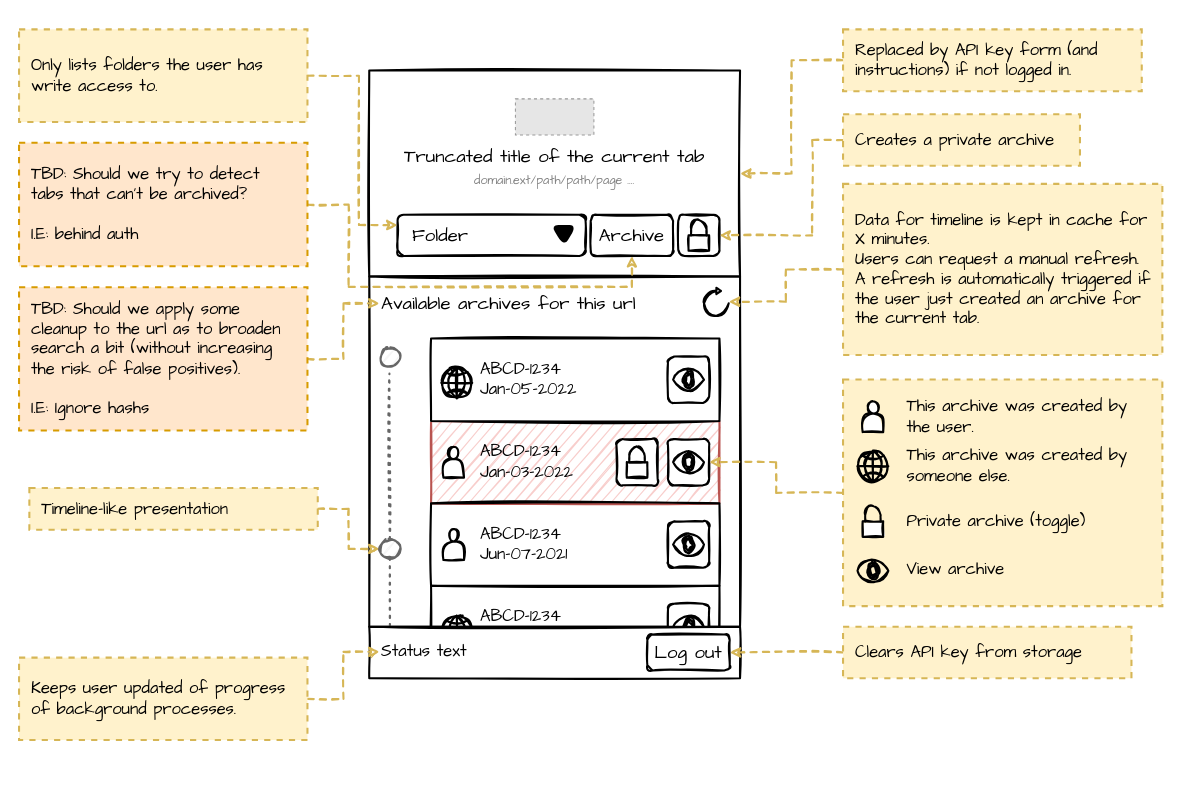
The draw.io diagram misc/ux-wireframes.drawio in harvard-lil/perma-extension, before the edit. Source tidied: cells renumbered, new cells numbered last; positions are measured from the earlier drawing's top-left corner, leaving out a move shared by most shapes. Both pictures are drawn from the tidied source at 103%, with x=0, y=0 at pixel (19, 29). Pictures stored in the file or linked from it are replaced by grey dashed boxes.
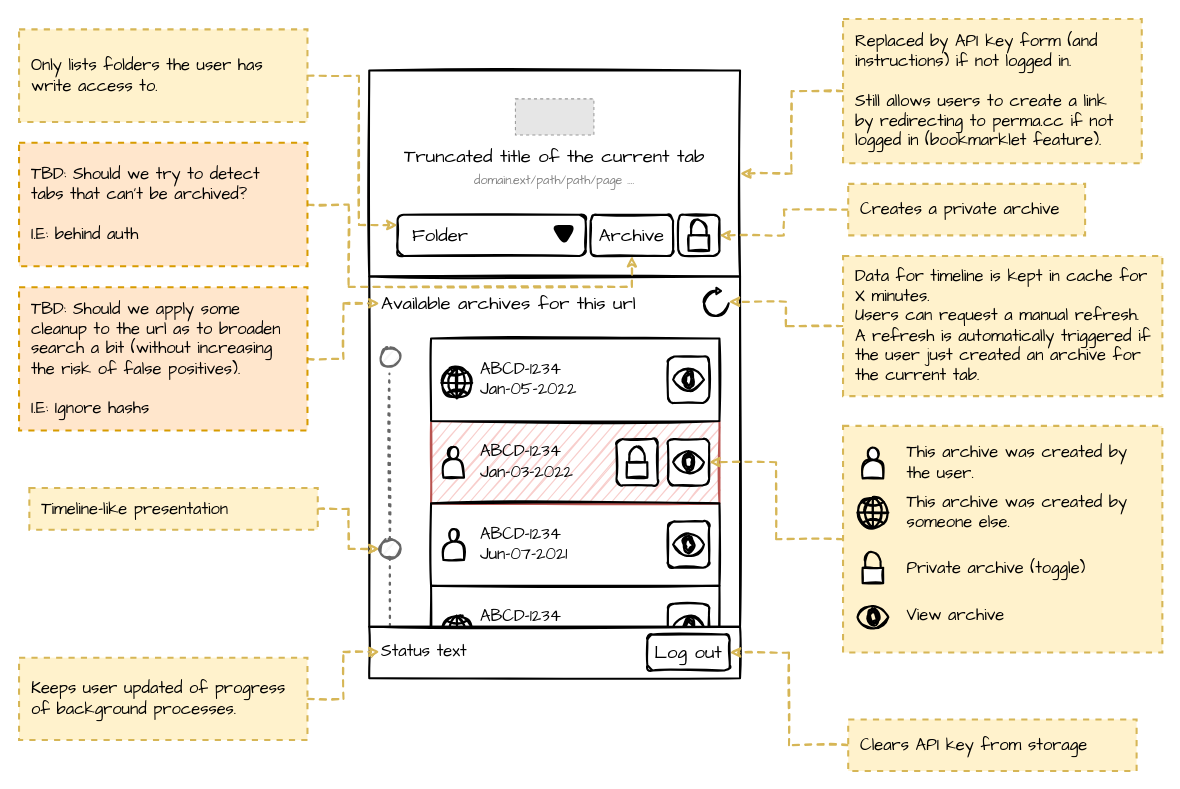
The same diagram, later.

Commit message:
Progress: UX Wireframes

The change refers to these unchanged cells:
```xml
<mxCell id="36" style="rounded=1;whiteSpace=wrap;html=1;sketch=1;strokeWidth=2;fontFamily=Comic Sans MS;fontSize=18;" parent="1" vertex="1">
  <mxGeometry x="640" y="180" width="40" height="40" as="geometry" />
</mxCell>
```

The edit, as a diff of the source:
```diff
@@
-    <mxCell id="41" value="Replaced by API key form (and instructions) if not logged in." style="rounded=0;whiteSpace=wrap;html=1;fontFamily=Comic Sans MS;fontSize=16;align=left;comic=0;strokeWidth=2;fillColor=#fff2cc;strokeColor=#d6b656;dashed=1;shadow=0;sketch=0;spacing=12;verticalAlign=middle;" parent="39" vertex="1">
-      <mxGeometry x="800" width="290" height="60" as="geometry" />
+    <mxCell id="41" value="Replaced by API key form (and instructions) if not logged in.&lt;br&gt;&lt;br&gt;Still allows users to create a link by redirecting to perma.cc if not logged in (bookmarklet feature)." style="rounded=0;whiteSpace=wrap;html=1;fontFamily=Comic Sans MS;fontSize=16;align=left;comic=0;strokeWidth=2;fillColor=#fff2cc;strokeColor=#d6b656;dashed=1;shadow=0;sketch=0;spacing=12;verticalAlign=middle;" parent="39" vertex="1">
+      <mxGeometry x="800" y="-10" width="290" height="140" as="geometry" />
     </mxCell>
@@
     <mxCell id="43" style="rounded=0;whiteSpace=wrap;html=1;fontFamily=Comic Sans MS;fontSize=16;align=left;comic=0;strokeWidth=2;fillColor=#fff2cc;strokeColor=#d6b656;dashed=1;shadow=0;sketch=0;spacing=12;verticalAlign=middle;" parent="39" vertex="1">
-      <mxGeometry x="800" y="340" width="310" height="220" as="geometry" />
+      <mxGeometry x="800" y="385" width="310" height="220" as="geometry" />
     </mxCell>
     <mxCell id="44" style="shape=actor;whiteSpace=wrap;html=1;sketch=1;fontFamily=Comic Sans MS;fontSize=16;strokeWidth=2;" parent="39" vertex="1">
-      <mxGeometry x="819" y="361" width="20" height="30" as="geometry" />
+      <mxGeometry x="819" y="406" width="20" height="30" as="geometry" />
     </mxCell>
     <mxCell id="45" value="This archive was created by the user." style="text;html=1;strokeColor=none;fillColor=none;align=left;verticalAlign=middle;whiteSpace=wrap;rounded=0;shadow=0;sketch=0;fontFamily=Comic Sans MS;fontSize=16;" parent="39" vertex="1">
-      <mxGeometry x="860" y="361" width="220" height="30" as="geometry" />
+      <mxGeometry x="860" y="406" width="220" height="30" as="geometry" />
     </mxCell>
     <mxCell id="46" style="html=1;verticalLabelPosition=bottom;align=center;labelBackgroundColor=#ffffff;verticalAlign=top;strokeWidth=2;strokeColor=#000000;shadow=0;dashed=0;shape=mxgraph.ios7.icons.globe;sketch=1;fontFamily=Comic Sans MS;fontSize=16;fillColor=none;" parent="39" vertex="1">
-      <mxGeometry x="814" y="409.2" width="30" height="30" as="geometry" />
+      <mxGeometry x="814" y="454.2" width="30" height="30" as="geometry" />
     </mxCell>
     <mxCell id="47" value="This archive was created by someone else." style="text;html=1;strokeColor=none;fillColor=none;align=left;verticalAlign=middle;whiteSpace=wrap;rounded=0;shadow=0;sketch=0;fontFamily=Comic Sans MS;fontSize=16;" parent="39" vertex="1">
-      <mxGeometry x="860" y="409.2" width="220" height="30" as="geometry" />
+      <mxGeometry x="860" y="454.2" width="220" height="30" as="geometry" />
     </mxCell>
     <mxCell id="48" style="html=1;verticalLabelPosition=bottom;align=center;labelBackgroundColor=#ffffff;verticalAlign=top;strokeWidth=2;shadow=0;dashed=0;shape=mxgraph.ios7.icons.locked;sketch=1;fontFamily=Comic Sans MS;fontSize=16;" parent="39" vertex="1">
-      <mxGeometry x="819" y="462.7" width="20" height="30" as="geometry" />
+      <mxGeometry x="819" y="507.7" width="20" height="30" as="geometry" />
     </mxCell>
     <mxCell id="49" value="Private archive (toggle)" style="text;html=1;strokeColor=none;fillColor=none;align=left;verticalAlign=middle;whiteSpace=wrap;rounded=0;shadow=0;sketch=0;fontFamily=Comic Sans MS;fontSize=16;" parent="39" vertex="1">
-      <mxGeometry x="860" y="462.7" width="220" height="30" as="geometry" />
+      <mxGeometry x="860" y="507.7" width="220" height="30" as="geometry" />
     </mxCell>
     <mxCell id="50" style="html=1;verticalLabelPosition=bottom;align=center;labelBackgroundColor=#ffffff;verticalAlign=top;strokeWidth=2;strokeColor=#000000;shadow=0;dashed=0;shape=mxgraph.ios7.icons.eye;sketch=1;fontFamily=Comic Sans MS;fontSize=16;fillColor=none;" parent="39" vertex="1">
-      <mxGeometry x="814" y="514.9" width="30" height="21.6" as="geometry" />
+      <mxGeometry x="814" y="559.9" width="30" height="21.6" as="geometry" />
     </mxCell>
     <mxCell id="51" value="View archive" style="text;html=1;strokeColor=none;fillColor=none;align=left;verticalAlign=middle;whiteSpace=wrap;rounded=0;shadow=0;sketch=0;fontFamily=Comic Sans MS;fontSize=16;" parent="39" vertex="1">
-      <mxGeometry x="860" y="509.4" width="220" height="30" as="geometry" />
+      <mxGeometry x="860" y="554.4" width="220" height="30" as="geometry" />
     </mxCell>
@@
     <mxCell id="55" value="Clears API key from storage" style="rounded=0;whiteSpace=wrap;html=1;fontFamily=Comic Sans MS;fontSize=16;align=left;comic=0;strokeWidth=2;fillColor=#fff2cc;strokeColor=#d6b656;dashed=1;shadow=0;sketch=0;spacing=12;verticalAlign=middle;" parent="39" vertex="1">
-      <mxGeometry x="800" y="580" width="280" height="50" as="geometry" />
+      <mxGeometry x="805" y="670" width="280" height="50" as="geometry" />
     </mxCell>
@@
     <mxCell id="62" style="edgeStyle=orthogonalEdgeStyle;rounded=0;sketch=1;jettySize=auto;html=1;exitX=0;exitY=0.5;exitDx=0;exitDy=0;entryX=1;entryY=0.5;entryDx=0;entryDy=0;dashed=1;strokeWidth=2;fillColor=#fff2cc;strokeColor=#d6b656;" parent="39" edge="1" source="63" target="36">
-      <mxGeometry relative="1" as="geometry">
-        <Array as="points">
-          <mxPoint x="770" y="107" />
-          <mxPoint x="770" y="200" />
-        </Array>
-      </mxGeometry>
+      <mxGeometry relative="1" as="geometry" />
     </mxCell>
     <mxCell id="63" value="Creates a private archive" style="rounded=0;whiteSpace=wrap;html=1;fontFamily=Comic Sans MS;fontSize=16;align=left;comic=0;strokeWidth=2;fillColor=#fff2cc;strokeColor=#d6b656;dashed=1;shadow=0;sketch=0;spacing=12;verticalAlign=middle;" parent="39" vertex="1">
-      <mxGeometry x="800" y="82.5" width="230" height="50" as="geometry" />
+      <mxGeometry x="805" y="150" width="230" height="50" as="geometry" />
     </mxCell>
@@
     <mxCell id="67" value="Data for timeline is kept in cache for X minutes. &lt;br&gt;Users can request a manual refresh. &lt;br&gt;A refresh is automatically triggered if the user just created an archive for the current tab." style="rounded=0;whiteSpace=wrap;html=1;fontFamily=Comic Sans MS;fontSize=16;align=left;comic=0;strokeWidth=2;fillColor=#fff2cc;strokeColor=#d6b656;dashed=1;shadow=0;sketch=0;spacing=12;verticalAlign=middle;" parent="39" vertex="1">
-      <mxGeometry x="800" y="150" width="310" height="166.1" as="geometry" />
+      <mxGeometry x="800" y="220" width="310" height="136.1" as="geometry" />
     </mxCell>
```
